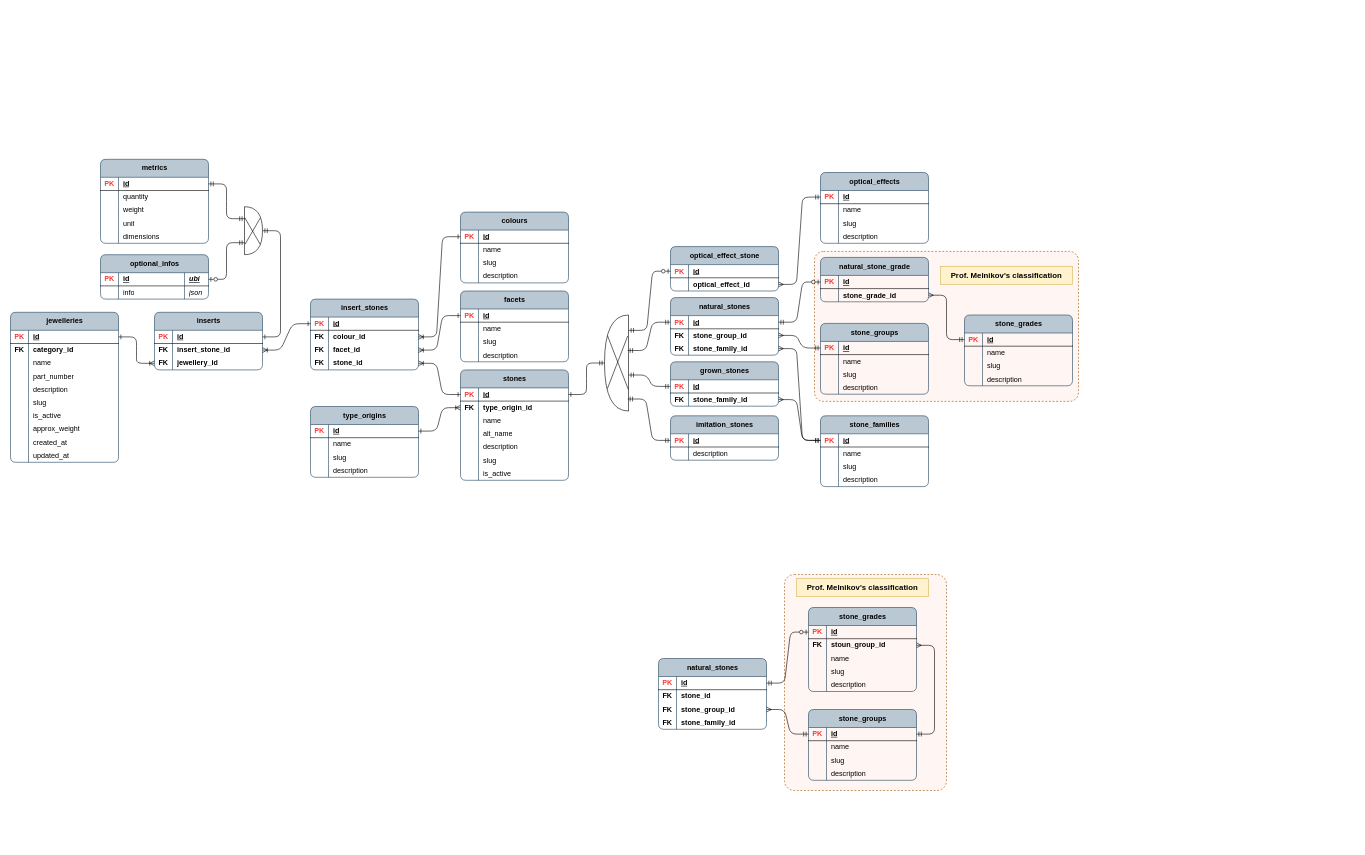
Above: page "psql_inserts" (2 of 15) of publisher/laravel-app/psql_jewellery_items.drawio in Local-development-environment/msg-brokers-publisher-consumer (draw.io), before the change. Source tidied: cells renumbered, new cells numbered last; positions are measured from the earlier drawing's top-left corner, leaving out a move shared by most shapes. Both pictures are drawn from the tidied source at 60%, with x=0, y=0 at pixel (10, -20).
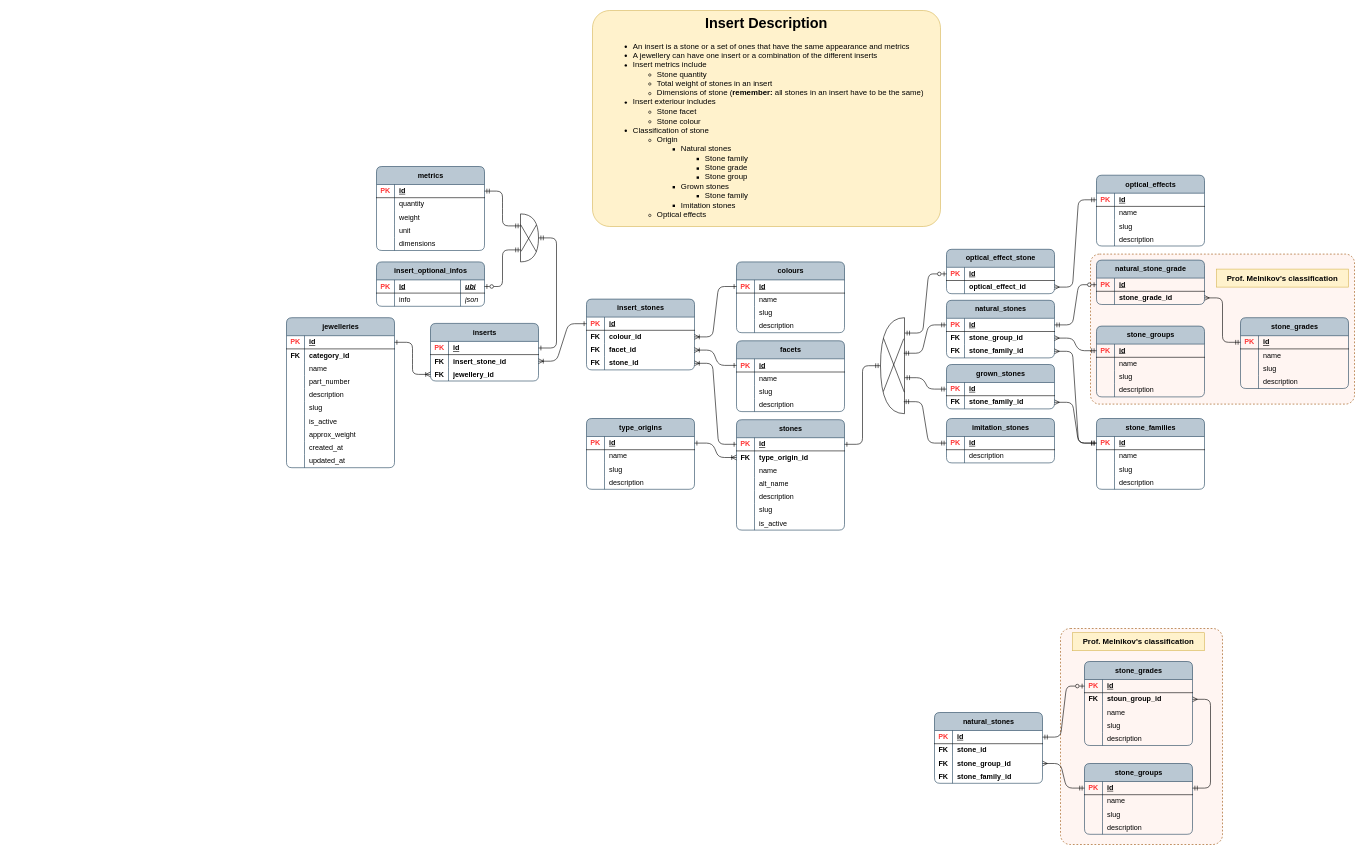
After the change.

The change refers to these unchanged cells:
```xml
<mxCell id="60" style="shape=tableRow;horizontal=0;startSize=0;swimlaneHead=0;swimlaneBody=0;fillColor=none;points=[[0,0.5],[1,0.5]];portConstraint=eastwest;top=0;left=0;right=0;bottom=0;rounded=1;labelBackgroundColor=none;" parent="56" vertex="1">
  <mxGeometry y="52" width="180" height="22" as="geometry" />
</mxCell>
<mxCell id="144" style="shape=tableRow;horizontal=0;startSize=0;swimlaneHead=0;swimlaneBody=0;fillColor=none;points=[[0,0.5],[1,0.5]];portConstraint=eastwest;top=0;left=0;right=0;bottom=1;rounded=1;labelBackgroundColor=none;swimlaneFillColor=none;strokeColor=default;shadow=0;" parent="143" vertex="1">
  <mxGeometry y="30" width="180" height="22" as="geometry" />
</mxCell>
<mxCell id="170" style="shape=tableRow;horizontal=0;startSize=0;swimlaneHead=0;swimlaneBody=0;fillColor=none;points=[[0,0.5],[1,0.5]];portConstraint=eastwest;top=0;left=0;right=0;bottom=1;rounded=1;labelBackgroundColor=none;swimlaneFillColor=none;strokeColor=default;shadow=0;" parent="169" vertex="1">
  <mxGeometry y="30" width="180" height="22" as="geometry" />
</mxCell>
<mxCell id="215" style="shape=tableRow;horizontal=0;startSize=0;swimlaneHead=0;swimlaneBody=0;fillColor=none;points=[[0,0.5],[1,0.5]];portConstraint=eastwest;top=0;left=0;right=0;bottom=1;rounded=1;labelBackgroundColor=none;swimlaneFillColor=none;strokeColor=default;shadow=0;" parent="214" vertex="1">
  <mxGeometry y="30" width="180" height="22" as="geometry" />
</mxCell>
```

What changed in the source:
```diff
@@
     <mxCell id="2" style="rounded=1;whiteSpace=wrap;html=1;fillOpacity=100;dashed=1;strokeColor=#994C00;arcSize=6;fillColor=#FFF5F2;fillStyle=solid;" parent="1" vertex="1">
-      <mxGeometry x="1340" y="451.5" width="440" height="250" as="geometry" />
+      <mxGeometry x="1800" y="456" width="440" height="250" as="geometry" />
     </mxCell>
     <mxCell id="3" value="stones" style="shape=table;startSize=30;childLayout=tableLayout;rowLines=0;fontStyle=1;align=center;html=1;rounded=1;labelBackgroundColor=none;swimlaneFillColor=none;fillColor=#bac8d3;strokeColor=#23445d;arcSize=10;" parent="1" vertex="1">
-      <mxGeometry x="750" y="649" width="180" height="184" as="geometry" />
+      <mxGeometry x="1210" y="732" width="180" height="184" as="geometry" />
     </mxCell>
@@
     <mxCell id="25" value="type_origins" style="shape=table;startSize=30;childLayout=tableLayout;rowLines=0;fontStyle=1;align=center;html=1;rounded=1;labelBackgroundColor=none;swimlaneFillColor=none;fillColor=#bac8d3;strokeColor=#23445d;arcSize=10;" parent="1" vertex="1">
-      <mxGeometry x="500" y="710" width="180" height="118" as="geometry" />
+      <mxGeometry x="960" y="730" width="180" height="118" as="geometry" />
     </mxCell>
@@
     <mxCell id="39" style="shape=or;whiteSpace=wrap;html=1;fillColor=none;direction=west;" parent="1" vertex="1">
-      <mxGeometry x="990" y="557.5" width="40" height="160" as="geometry" />
+      <mxGeometry x="1450" y="562" width="40" height="160" as="geometry" />
     </mxCell>
@@
     <mxCell id="46" value="natural_stones" style="shape=table;startSize=30;childLayout=tableLayout;rowLines=0;fontStyle=1;align=center;html=1;rounded=1;labelBackgroundColor=none;swimlaneFillColor=none;fillColor=#bac8d3;strokeColor=#23445d;arcSize=10;" parent="1" vertex="1">
-      <mxGeometry x="1100" y="528.5" width="180" height="96" as="geometry" />
+      <mxGeometry x="1560" y="533" width="180" height="96" as="geometry" />
     </mxCell>
@@
     <mxCell id="56" value="grown_stones" style="shape=table;startSize=30;childLayout=tableLayout;rowLines=0;fontStyle=1;align=center;html=1;rounded=1;labelBackgroundColor=none;swimlaneFillColor=none;fillColor=#bac8d3;strokeColor=#23445d;arcSize=10;" parent="1" vertex="1">
-      <mxGeometry x="1100" y="635.5" width="180" height="74" as="geometry" />
+      <mxGeometry x="1560" y="640" width="180" height="74" as="geometry" />
     </mxCell>
@@
     <mxCell id="63" value="imitation_stones" style="shape=table;startSize=30;childLayout=tableLayout;rowLines=0;fontStyle=1;align=center;html=1;rounded=1;labelBackgroundColor=none;swimlaneFillColor=none;fillColor=#bac8d3;strokeColor=#23445d;arcSize=10;" parent="1" vertex="1">
-      <mxGeometry x="1100" y="725.5" width="180" height="74" as="geometry" />
+      <mxGeometry x="1560" y="730" width="180" height="74" as="geometry" />
     </mxCell>
@@
     <mxCell id="70" value="colours" style="shape=table;startSize=30;childLayout=tableLayout;rowLines=0;fontStyle=1;align=center;html=1;rounded=1;labelBackgroundColor=none;swimlaneFillColor=none;fillColor=#bac8d3;strokeColor=#23445d;arcSize=10;" parent="1" vertex="1">
-      <mxGeometry x="750" y="386" width="180" height="118" as="geometry" />
+      <mxGeometry x="1210" y="469" width="180" height="118" as="geometry" />
     </mxCell>
@@
     <mxCell id="83" value="insert_stones" style="shape=table;startSize=30;childLayout=tableLayout;rowLines=0;fontStyle=1;align=center;html=1;rounded=1;labelBackgroundColor=none;swimlaneFillColor=none;fillColor=#bac8d3;strokeColor=#23445d;arcSize=10;" parent="1" vertex="1">
-      <mxGeometry x="500" y="531" width="180" height="118" as="geometry" />
+      <mxGeometry x="960" y="531" width="180" height="118" as="geometry" />
     </mxCell>
@@
     <mxCell id="98" value="facets" style="shape=table;startSize=30;childLayout=tableLayout;rowLines=0;fontStyle=1;align=center;html=1;rounded=1;labelBackgroundColor=none;swimlaneFillColor=none;fillColor=#bac8d3;strokeColor=#23445d;arcSize=10;" parent="1" vertex="1">
-      <mxGeometry x="750" y="517.5" width="180" height="118" as="geometry" />
+      <mxGeometry x="1210" y="600.5" width="180" height="118" as="geometry" />
     </mxCell>
@@
     <mxCell id="112" value="jewelleries" style="shape=table;startSize=30;childLayout=tableLayout;rowLines=0;fontStyle=1;align=center;html=1;rounded=1;swimlaneFillColor=none;fillColor=#bac8d3;strokeColor=#23445d;columnLines=1;arcSize=10;" parent="1" vertex="1">
-      <mxGeometry y="553" width="180" height="250" as="geometry" />
+      <mxGeometry x="460" y="562" width="180" height="250" as="geometry" />
     </mxCell>
@@
     <mxCell id="143" value="inserts" style="shape=table;startSize=30;childLayout=tableLayout;rowLines=0;fontStyle=1;align=center;html=1;rounded=1;labelBackgroundColor=none;swimlaneFillColor=none;fillColor=#bac8d3;strokeColor=#23445d;arcSize=10;" parent="1" vertex="1">
-      <mxGeometry x="240" y="553" width="180" height="96" as="geometry" />
+      <mxGeometry x="700" y="571.5" width="180" height="96" as="geometry" />
     </mxCell>
@@
     <mxCell id="155" value="stone_groups" style="shape=table;startSize=30;childLayout=tableLayout;rowLines=0;fontStyle=1;align=center;html=1;rounded=1;labelBackgroundColor=none;swimlaneFillColor=none;fillColor=#bac8d3;strokeColor=#23445d;arcSize=10;" parent="1" vertex="1">
-      <mxGeometry x="1350" y="571.5" width="180" height="118" as="geometry" />
+      <mxGeometry x="1810" y="576" width="180" height="118" as="geometry" />
     </mxCell>
@@
     <mxCell id="169" value="stone_families" style="shape=table;startSize=30;childLayout=tableLayout;rowLines=0;fontStyle=1;align=center;html=1;rounded=1;labelBackgroundColor=none;swimlaneFillColor=none;fillColor=#bac8d3;strokeColor=#23445d;arcSize=10;" parent="1" vertex="1">
-      <mxGeometry x="1350" y="725.5" width="180" height="118" as="geometry" />
+      <mxGeometry x="1810" y="730" width="180" height="118" as="geometry" />
     </mxCell>
@@
     <mxCell id="183" style="edgeStyle=entityRelationEdgeStyle;fontSize=12;html=1;endArrow=ERmany;rounded=1;curved=0;entryX=1;entryY=0.5;entryDx=0;entryDy=0;startArrow=ERmandOne;startFill=0;exitX=0;exitY=0.5;exitDx=0;exitDy=0;" parent="1" edge="1" source="170" target="60">
       <mxGeometry relative="1" as="geometry">
         <Array as="points">
-          <mxPoint x="1380" y="750" />
+          <mxPoint x="1840" y="754.5" />
         </Array>
       </mxGeometry>
     </mxCell>
     <mxCell id="184" value="stone_grades" style="shape=table;startSize=30;childLayout=tableLayout;rowLines=0;fontStyle=1;align=center;html=1;rounded=1;labelBackgroundColor=none;swimlaneFillColor=none;fillColor=#bac8d3;strokeColor=#23445d;arcSize=10;" parent="1" vertex="1">
-      <mxGeometry x="1590" y="557.5" width="180" height="118" as="geometry" />
+      <mxGeometry x="2050" y="562" width="180" height="118" as="geometry" />
     </mxCell>
@@
     <mxCell id="197" value="metrics" style="shape=table;startSize=30;childLayout=tableLayout;rowLines=0;fontStyle=1;align=center;html=1;rounded=1;labelBackgroundColor=none;swimlaneFillColor=none;fillColor=#bac8d3;strokeColor=#23445d;arcSize=10;" parent="1" vertex="1">
-      <mxGeometry x="150" y="298" width="180" height="140" as="geometry" />
+      <mxGeometry x="610" y="310" width="180" height="140" as="geometry" />
     </mxCell>
@@
     <mxCell id="213" style="edgeStyle=entityRelationEdgeStyle;fontSize=12;html=1;endArrow=ERmandOne;startArrow=ERone;rounded=1;curved=0;entryX=1;entryY=0.5;entryDx=0;entryDy=0;exitX=1;exitY=0.5;exitDx=0;exitDy=0;startFill=0;entryPerimeter=0;orthogonal=0;sourcePortConstraint=none;snapToPoint=0;enumerate=0;comic=0;backgroundOutline=0;fixDash=0;" parent="1" edge="1" source="144" target="303">
       <mxGeometry relative="1" as="geometry">
         <Array as="points">
-          <mxPoint x="210" y="450" />
-          <mxPoint x="270" y="450" />
+          <mxPoint x="670" y="332" />
+          <mxPoint x="730" y="332" />
         </Array>
       </mxGeometry>
     </mxCell>
-    <mxCell id="214" value="optional_infos" style="shape=table;startSize=30;childLayout=tableLayout;rowLines=0;fontStyle=1;align=center;html=1;rounded=1;labelBackgroundColor=none;swimlaneFillColor=none;fillColor=#bac8d3;strokeColor=#23445d;arcSize=10;" parent="1" vertex="1">
-      <mxGeometry x="150" y="457" width="180" height="74" as="geometry" />
+    <mxCell id="214" value="insert_optional_infos" style="shape=table;startSize=30;childLayout=tableLayout;rowLines=0;fontStyle=1;align=center;html=1;rounded=1;labelBackgroundColor=none;swimlaneFillColor=none;fillColor=#bac8d3;strokeColor=#23445d;arcSize=10;" parent="1" vertex="1">
+      <mxGeometry x="610" y="469" width="180" height="74" as="geometry" />
     </mxCell>
@@
     <mxCell id="223" style="edgeStyle=entityRelationEdgeStyle;fontSize=12;html=1;endArrow=ERzeroToOne;startArrow=ERmandOne;rounded=1;curved=0;perimeterSpacing=0;endFill=0;startFill=0;exitX=0;exitY=0.75;exitDx=0;exitDy=0;exitPerimeter=0;entryX=1;entryY=0.5;entryDx=0;entryDy=0;" parent="1" edge="1" source="303" target="215">
       <mxGeometry relative="1" as="geometry">
         <Array as="points">
-          <mxPoint x="1020" y="80" />
-          <mxPoint x="990" y="30" />
-          <mxPoint x="990" />
-          <mxPoint x="830" y="200" />
+          <mxPoint x="1480" y="92" />
+          <mxPoint x="1450" y="42" />
+          <mxPoint x="1450" y="12" />
+          <mxPoint x="1290" y="212" />
         </Array>
       </mxGeometry>
     </mxCell>
     <mxCell id="224" value="optical_effect_stone" style="shape=table;startSize=30;childLayout=tableLayout;rowLines=0;fontStyle=1;align=center;html=1;rounded=1;labelBackgroundColor=none;swimlaneFillColor=none;fillColor=#bac8d3;strokeColor=#23445d;arcSize=10;" parent="1" vertex="1">
-      <mxGeometry x="1100" y="443.5" width="180" height="74" as="geometry" />
+      <mxGeometry x="1560" y="448" width="180" height="74" as="geometry" />
     </mxCell>
@@
     <mxCell id="233" value="optical_effects" style="shape=table;startSize=30;childLayout=tableLayout;rowLines=0;fontStyle=1;align=center;html=1;rounded=1;labelBackgroundColor=none;swimlaneFillColor=none;fillColor=#bac8d3;strokeColor=#23445d;arcSize=10;" parent="1" vertex="1">
-      <mxGeometry x="1350" y="320" width="180" height="118" as="geometry" />
+      <mxGeometry x="1810" y="324.5" width="180" height="118" as="geometry" />
     </mxCell>
@@
     <mxCell id="247" value="natural_stone_grade" style="shape=table;startSize=30;childLayout=tableLayout;rowLines=0;fontStyle=1;align=center;html=1;rounded=1;labelBackgroundColor=none;swimlaneFillColor=none;fillColor=#bac8d3;strokeColor=#23445d;arcSize=10;" parent="1" vertex="1">
-      <mxGeometry x="1350" y="461.5" width="180" height="74" as="geometry" />
+      <mxGeometry x="1810" y="466" width="180" height="74" as="geometry" />
     </mxCell>
@@
     <mxCell id="255" value="&lt;b&gt;&lt;font style=&quot;font-size: 13px;&quot;&gt;Prof. Melnikov's classification&lt;/font&gt;&lt;/b&gt;" style="text;html=1;align=center;verticalAlign=middle;whiteSpace=wrap;rounded=0;strokeColor=#d6b656;strokeWidth=1;fillColor=#fff2cc;" parent="1" vertex="1">
-      <mxGeometry x="1550" y="476.5" width="220" height="30" as="geometry" />
+      <mxGeometry x="2010" y="481" width="220" height="30" as="geometry" />
     </mxCell>
     <mxCell id="256" style="rounded=1;whiteSpace=wrap;html=1;fillOpacity=100;dashed=1;strokeColor=#994C00;arcSize=6;fillColor=#FFF5F2;fillStyle=solid;" parent="1" vertex="1">
-      <mxGeometry x="1290" y="990" width="270" height="360" as="geometry" />
+      <mxGeometry x="1750" y="1080" width="270" height="360" as="geometry" />
     </mxCell>
     <mxCell id="257" value="stone_groups" style="shape=table;startSize=30;childLayout=tableLayout;rowLines=0;fontStyle=1;align=center;html=1;rounded=1;labelBackgroundColor=none;swimlaneFillColor=none;fillColor=#bac8d3;strokeColor=#23445d;arcSize=10;" parent="1" vertex="1">
-      <mxGeometry x="1330" y="1215" width="180" height="118" as="geometry" />
+      <mxGeometry x="1790" y="1305" width="180" height="118" as="geometry" />
     </mxCell>
@@
     <mxCell id="270" value="stone_grades" style="shape=table;startSize=30;childLayout=tableLayout;rowLines=0;fontStyle=1;align=center;html=1;rounded=1;labelBackgroundColor=none;swimlaneFillColor=none;fillColor=#bac8d3;strokeColor=#23445d;arcSize=10;" parent="1" vertex="1">
-      <mxGeometry x="1330" y="1045" width="180" height="140" as="geometry" />
+      <mxGeometry x="1790" y="1135" width="180" height="140" as="geometry" />
     </mxCell>
@@
     <mxCell id="286" value="&lt;b&gt;&lt;font style=&quot;font-size: 13px;&quot;&gt;Prof. Melnikov's classification&lt;/font&gt;&lt;/b&gt;" style="text;html=1;align=center;verticalAlign=middle;whiteSpace=wrap;rounded=0;strokeColor=#d6b656;strokeWidth=1;fillColor=#fff2cc;" parent="1" vertex="1">
-      <mxGeometry x="1310" y="997" width="220" height="30" as="geometry" />
+      <mxGeometry x="1770" y="1087" width="220" height="30" as="geometry" />
     </mxCell>
@@
     <mxCell id="288" value="natural_stones" style="shape=table;startSize=30;childLayout=tableLayout;rowLines=0;fontStyle=1;align=center;html=1;rounded=1;labelBackgroundColor=none;swimlaneFillColor=none;fillColor=#bac8d3;strokeColor=#23445d;arcSize=10;" parent="1" vertex="1">
-      <mxGeometry x="1080" y="1130" width="180" height="118" as="geometry" />
+      <mxGeometry x="1540" y="1220" width="180" height="118" as="geometry" />
     </mxCell>
@@
     <mxCell id="303" style="shape=or;whiteSpace=wrap;html=1;fillColor=none;direction=east;" parent="1" vertex="1">
-      <mxGeometry x="390" y="377" width="30" height="80" as="geometry" />
+      <mxGeometry x="850" y="389" width="30" height="80" as="geometry" />
     </mxCell>
@@
+    <mxCell id="307" value="&lt;h1 style=&quot;margin-top: 0px;&quot;&gt;Insert Description&lt;/h1&gt;&lt;p style=&quot;text-align: left;&quot;&gt;&lt;/p&gt;&lt;ul&gt;&lt;li style=&quot;text-align: left;&quot;&gt;&lt;font style=&quot;font-size: 13px;&quot;&gt;An insert is a stone or a set of ones that have the same appearance and metrics&lt;/font&gt;&lt;/li&gt;&lt;li style=&quot;text-align: left;&quot;&gt;&lt;font style=&quot;font-size: 13px;&quot;&gt;A jewellery can have one insert or a combination of the different inserts&lt;/font&gt;&lt;/li&gt;&lt;li style=&quot;text-align: left;&quot;&gt;&lt;font style=&quot;font-size: 13px;&quot;&gt;Insert metrics include&lt;/font&gt;&lt;/li&gt;&lt;ul&gt;&lt;li style=&quot;text-align: left;&quot;&gt;&lt;font style=&quot;font-size: 13px;&quot;&gt;Stone quantity&lt;/font&gt;&lt;/li&gt;&lt;li style=&quot;text-align: left;&quot;&gt;&lt;font style=&quot;font-size: 13px;&quot;&gt;Total weight of stones in an insert&lt;/font&gt;&lt;/li&gt;&lt;li style=&quot;text-align: left;&quot;&gt;&lt;font style=&quot;font-size: 13px;&quot;&gt;Dimensions of stone (&lt;b&gt;remember:&lt;/b&gt; all stones in an insert have to be the same)&lt;/font&gt;&lt;/li&gt;&lt;/ul&gt;&lt;li style=&quot;text-align: left;&quot;&gt;&lt;span style=&quot;font-size: 13px;&quot;&gt;Insert exteriour includes&lt;/span&gt;&lt;/li&gt;&lt;ul&gt;&lt;li style=&quot;text-align: left;&quot;&gt;&lt;span style=&quot;font-size: 13px;&quot;&gt;Stone facet&lt;/span&gt;&lt;/li&gt;&lt;li style=&quot;text-align: left;&quot;&gt;&lt;span style=&quot;font-size: 13px;&quot;&gt;Stone colour&lt;/span&gt;&lt;/li&gt;&lt;/ul&gt;&lt;li style=&quot;text-align: left;&quot;&gt;&lt;span style=&quot;font-size: 13px;&quot;&gt;Classification of stone&lt;/span&gt;&lt;/li&gt;&lt;ul&gt;&lt;li style=&quot;text-align: left;&quot;&gt;&lt;span style=&quot;font-size: 13px;&quot;&gt;Origin&lt;/span&gt;&lt;/li&gt;&lt;ul&gt;&lt;li style=&quot;text-align: left;&quot;&gt;&lt;span style=&quot;font-size: 13px;&quot;&gt;Natural stones&lt;/span&gt;&lt;/li&gt;&lt;ul&gt;&lt;li style=&quot;text-align: left;&quot;&gt;&lt;span style=&quot;font-size: 13px;&quot;&gt;Stone family&lt;/span&gt;&lt;/li&gt;&lt;li style=&quot;text-align: left;&quot;&gt;&lt;span style=&quot;font-size: 13px;&quot;&gt;Stone grade&lt;/span&gt;&lt;/li&gt;&lt;li style=&quot;text-align: left;&quot;&gt;&lt;span style=&quot;font-size: 13px;&quot;&gt;Stone group&lt;/span&gt;&lt;/li&gt;&lt;/ul&gt;&lt;li style=&quot;text-align: left;&quot;&gt;&lt;span style=&quot;font-size: 13px;&quot;&gt;Grown stones&lt;/span&gt;&lt;/li&gt;&lt;ul&gt;&lt;li style=&quot;text-align: left;&quot;&gt;&lt;span style=&quot;font-size: 13px;&quot;&gt;Stone family&lt;/span&gt;&lt;/li&gt;&lt;/ul&gt;&lt;li style=&quot;text-align: left;&quot;&gt;&lt;span style=&quot;font-size: 13px;&quot;&gt;Imitation stones&lt;/span&gt;&lt;/li&gt;&lt;/ul&gt;&lt;li style=&quot;text-align: left;&quot;&gt;&lt;span style=&quot;font-size: 13px;&quot;&gt;Optical effects&lt;/span&gt;&lt;/li&gt;&lt;/ul&gt;&lt;/ul&gt;&lt;p&gt;&lt;/p&gt;&lt;div&gt;&lt;span style=&quot;font-size: 13px; text-align: left; background-color: transparent; color: light-dark(rgb(0, 0, 0), rgb(255, 255, 255));&quot;&gt;&lt;br&gt;&lt;/span&gt;&lt;/div&gt;" style="text;html=1;whiteSpace=wrap;overflow=hidden;rounded=1;align=center;strokeColor=#d6b656;fillColor=#fff2cc;arcSize=8;" parent="1" vertex="1">
+      <mxGeometry x="970" y="50" width="580" height="360" as="geometry" />
+    </mxCell>
```
